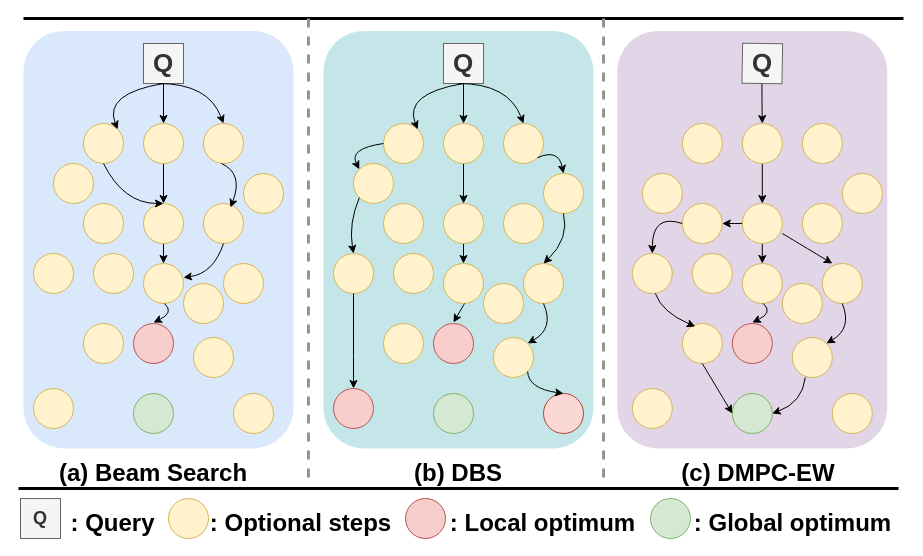
This is drawio_images/Beam_tree_with_MPCR.drawio from zty-king/zty-king, a draw.io file, before an edit. Source tidied: cells renumbered, new cells numbered last; positions are measured from the earlier drawing's top-left corner, leaving out a move shared by most shapes. Both pictures are drawn from the tidied source at 100%, with x=0, y=0 at pixel (-51, 18).
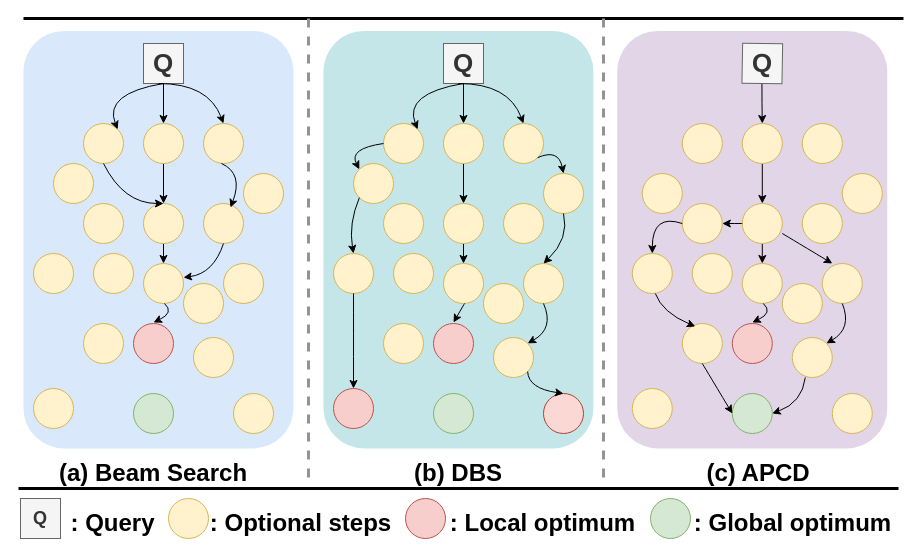
Above is the later version.

Change to the diagram source:
```diff
@@
-    <mxCell id="81" value="&lt;span&gt;&lt;font&gt;(c) DMPC-EW&lt;/font&gt;&lt;/span&gt;" style="text;html=1;whiteSpace=wrap;strokeColor=none;fillColor=none;align=center;verticalAlign=middle;rounded=0;rotation=0;fontSize=24;fontStyle=1;" parent="1" vertex="1">
+    <mxCell id="81" value="&lt;span&gt;&lt;font&gt;(c) APCD&lt;/font&gt;&lt;/span&gt;" style="text;html=1;whiteSpace=wrap;strokeColor=none;fillColor=none;align=center;verticalAlign=middle;rounded=0;rotation=0;fontSize=24;fontStyle=1;" parent="1" vertex="1">
       <mxGeometry x="710.2" y="440" width="197.5" height="30" as="geometry" />
     </mxCell>
```
